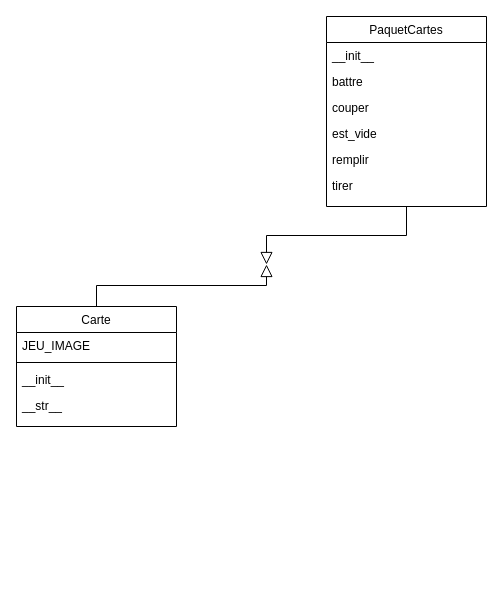
This is digramme_classes_V1.drawio from gaspth64/pharaon, a draw.io file, before an edit. Source tidied: cells renumbered, new cells numbered last; positions are measured from the earlier drawing's top-left corner, leaving out a move shared by most shapes. Both pictures are drawn from the tidied source at 100%, with x=0, y=0 at pixel (16, 16).
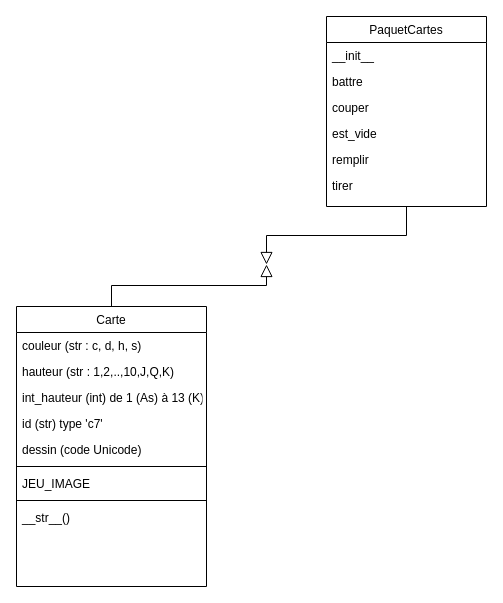
After the change.

Commit message (it also covers changes not shown here):
Mettre à jour digramme_classes_V1.drawio

Diff of the diagram source:
```diff
@@
     <mxCell id="2" value="Carte" style="swimlane;fontStyle=0;align=center;verticalAlign=top;horizontal=1;startSize=26;rounded=0;shadow=0;strokeWidth=1;" parent="1" vertex="1">
-      <mxGeometry y="290" width="160" height="120" as="geometry" />
+      <mxGeometry y="290" width="190" height="280" as="geometry" />
     </mxCell>
+    <mxCell id="16" value="couleur (str : c, d, h, s)" style="text;align=left;verticalAlign=top;spacingLeft=4;spacingRight=4;overflow=hidden;" parent="2" vertex="1">
+      <mxGeometry y="26" width="190" height="26" as="geometry" />
+    </mxCell>
+    <mxCell id="17" value="hauteur (str : 1,2,..,10,J,Q,K)" style="text;align=left;verticalAlign=top;spacingLeft=4;spacingRight=4;overflow=hidden;" parent="2" vertex="1">
+      <mxGeometry y="52" width="190" height="26" as="geometry" />
+    </mxCell>
+    <mxCell id="18" value="int_hauteur (int) de 1 (As) à 13 (K)" style="text;align=left;verticalAlign=top;spacingLeft=4;spacingRight=4;overflow=hidden;" parent="2" vertex="1">
+      <mxGeometry y="78" width="190" height="26" as="geometry" />
+    </mxCell>
+    <mxCell id="19" value="id (str) type 'c7'" style="text;align=left;verticalAlign=top;spacingLeft=4;spacingRight=4;overflow=hidden;" parent="2" vertex="1">
+      <mxGeometry y="104" width="190" height="26" as="geometry" />
+    </mxCell>
+    <mxCell id="20" value="dessin (code Unicode)" style="text;align=left;verticalAlign=top;spacingLeft=4;spacingRight=4;overflow=hidden;" parent="2" vertex="1">
+      <mxGeometry y="130" width="190" height="26" as="geometry" />
+    </mxCell>
+    <mxCell id="21" style="line;html=1;strokeWidth=1;align=left;verticalAlign=middle;spacingTop=-1;spacingLeft=3;spacingRight=3;labelPosition=right;" parent="2" vertex="1">
+      <mxGeometry y="156" width="190" height="8" as="geometry" />
+    </mxCell>
     <mxCell id="3" value="JEU_IMAGE" style="text;align=left;verticalAlign=top;spacingLeft=4;spacingRight=4;overflow=hidden;" parent="2" vertex="1">
-      <mxGeometry y="26" width="160" height="26" as="geometry" />
+      <mxGeometry y="164" width="190" height="26" as="geometry" />
     </mxCell>
     <mxCell id="4" style="line;html=1;strokeWidth=1;align=left;verticalAlign=middle;spacingTop=-1;spacingLeft=3;spacingRight=3;labelPosition=right;" parent="2" vertex="1">
-      <mxGeometry y="52" width="160" height="8" as="geometry" />
+      <mxGeometry y="190" width="190" height="8" as="geometry" />
     </mxCell>
-    <mxCell id="5" value="__init__" style="text;align=left;verticalAlign=top;spacingLeft=4;spacingRight=4;overflow=hidden;rounded=0;shadow=0;html=0;" parent="2" vertex="1">
-      <mxGeometry y="60" width="160" height="26" as="geometry" />
-    </mxCell>
-    <mxCell id="6" value="__str__" style="text;align=left;verticalAlign=top;spacingLeft=4;spacingRight=4;overflow=hidden;" parent="2" vertex="1">
-      <mxGeometry y="86" width="160" height="26" as="geometry" />
+    <mxCell id="6" value="__str__()" style="text;align=left;verticalAlign=top;spacingLeft=4;spacingRight=4;overflow=hidden;" parent="2" vertex="1">
+      <mxGeometry y="198" width="190" height="26" as="geometry" />
     </mxCell>
```
